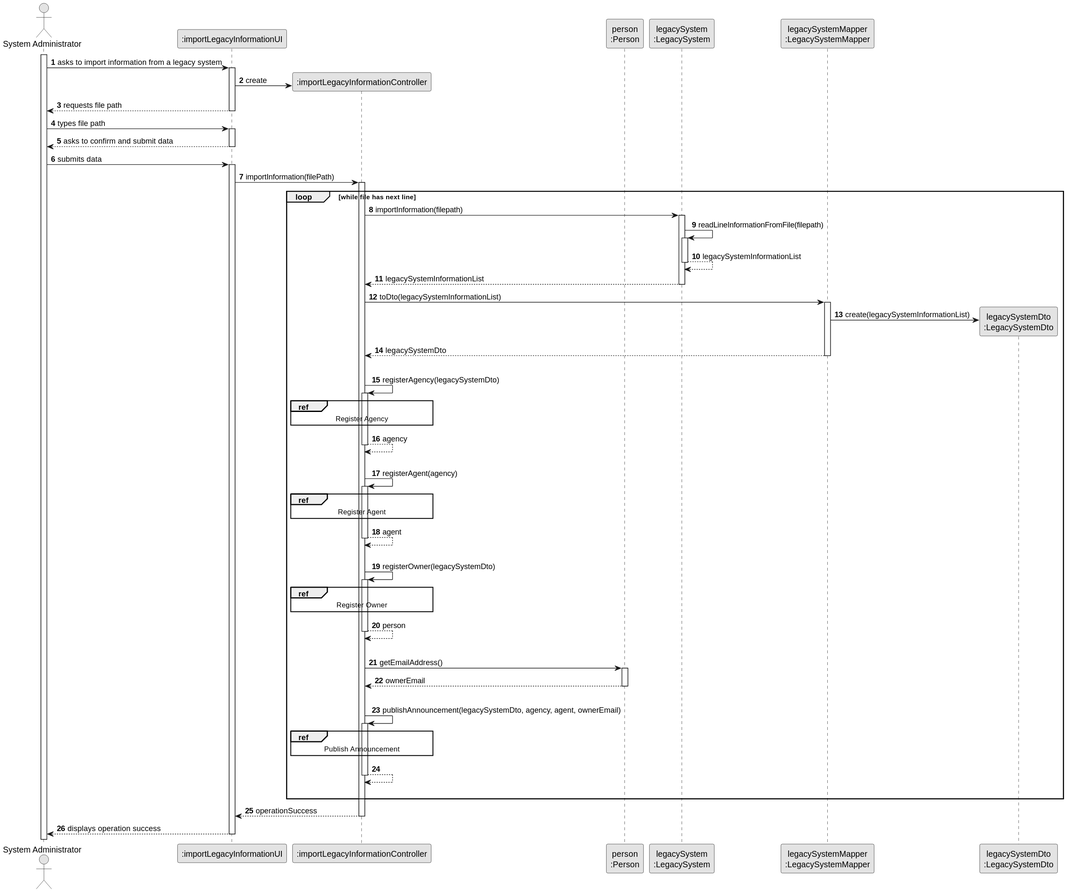
This is docs/sprintC/us012/03.design/svg/us012-sequence-diagram-split.svg from rita-barbosa/LAPR2-2223, a PlantUML export, as it was before one commit.
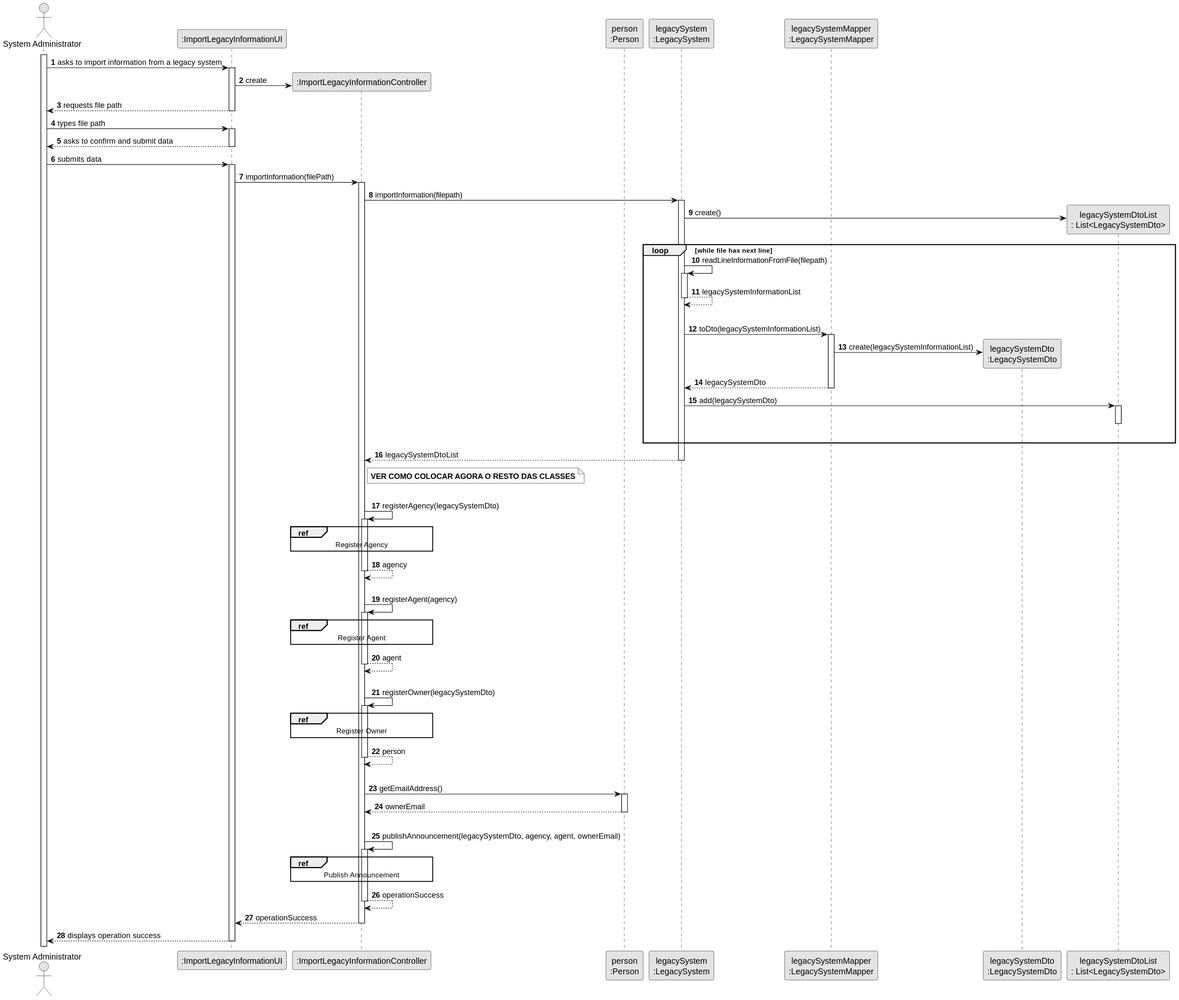
The same diagram one commit later.

The edit, as a diff of the source:
```diff
@@ -6,13 +6,13 @@
 autonumber
 
 actor "System Administrator" as ADM
-participant ":importLegacyInformationUI" as UI
-participant ":importLegacyInformationController" as CTRL
+participant ":ImportLegacyInformationUI" as UI
+participant ":ImportLegacyInformationController" as CTRL
 participant "person\n:Person" as PERSON
 participant "legacySystem\n:LegacySystem" as LS
 participant "legacySystemMapper\n:LegacySystemMapper" as LSMapper
 participant "legacySystemDto\n:LegacySystemDto" as LSDto
-
+participant "legacySystemDtoList\n: List<LegacySystemDto>" as LsDtoList
 activate ADM
 
     ADM -> UI : asks to import information from a legacy system
@@ -35,11 +35,12 @@
     UI -> CTRL: importInformation(filePath)
     activate CTRL
 
-
-    loop while file has next line
-
       CTRL -> LS: importInformation(filepath)
       activate LS
+
+      LS -> LsDtoList**: create()
+
+      loop while file has next line
 
       LS -> LS : readLineInformationFromFile(filepath)
       activate LS
@@ -47,16 +48,30 @@
       LS --> LS: legacySystemInformationList
       deactivate LS
 
-     CTRL <-- LS : legacySystemInformationList
-      deactivate LS
-
-      CTRL -> LSMapper : toDto(legacySystemInformationList)
+      |||
+      LS -> LSMapper : toDto(legacySystemInformationList)
       activate LSMapper
 
       LSMapper -> LSDto** : create(legacySystemInformationList)
 
-      LSMapper --> CTRL : legacySystemDto
+      LSMapper --> LS : legacySystemDto
       deactivate LSMapper
+
+      LS -> LsDtoList : add(legacySystemDto)
+      activate LsDtoList
+      deactivate LsDtoList
+
+      |||
+       end loop
+
+
+    LS --> CTRL : legacySystemDtoList
+    deactivate LS
+
+         note right CTRL
+                **VER COMO COLOCAR AGORA O RESTO DAS CLASSES**
+         end note
+
 
     |||
     CTRL -> CTRL : registerAgency(legacySystemDto)
@@ -96,11 +111,9 @@
     ref over CTRL
         Publish Announcement
     end ref
-        CTRL --> CTRL
+        CTRL --> CTRL : operationSuccess
     deactivate CTRL
 
-|||
-     end loop
 
     CTRL --> UI: operationSuccess
     deactivate CTRL
```
